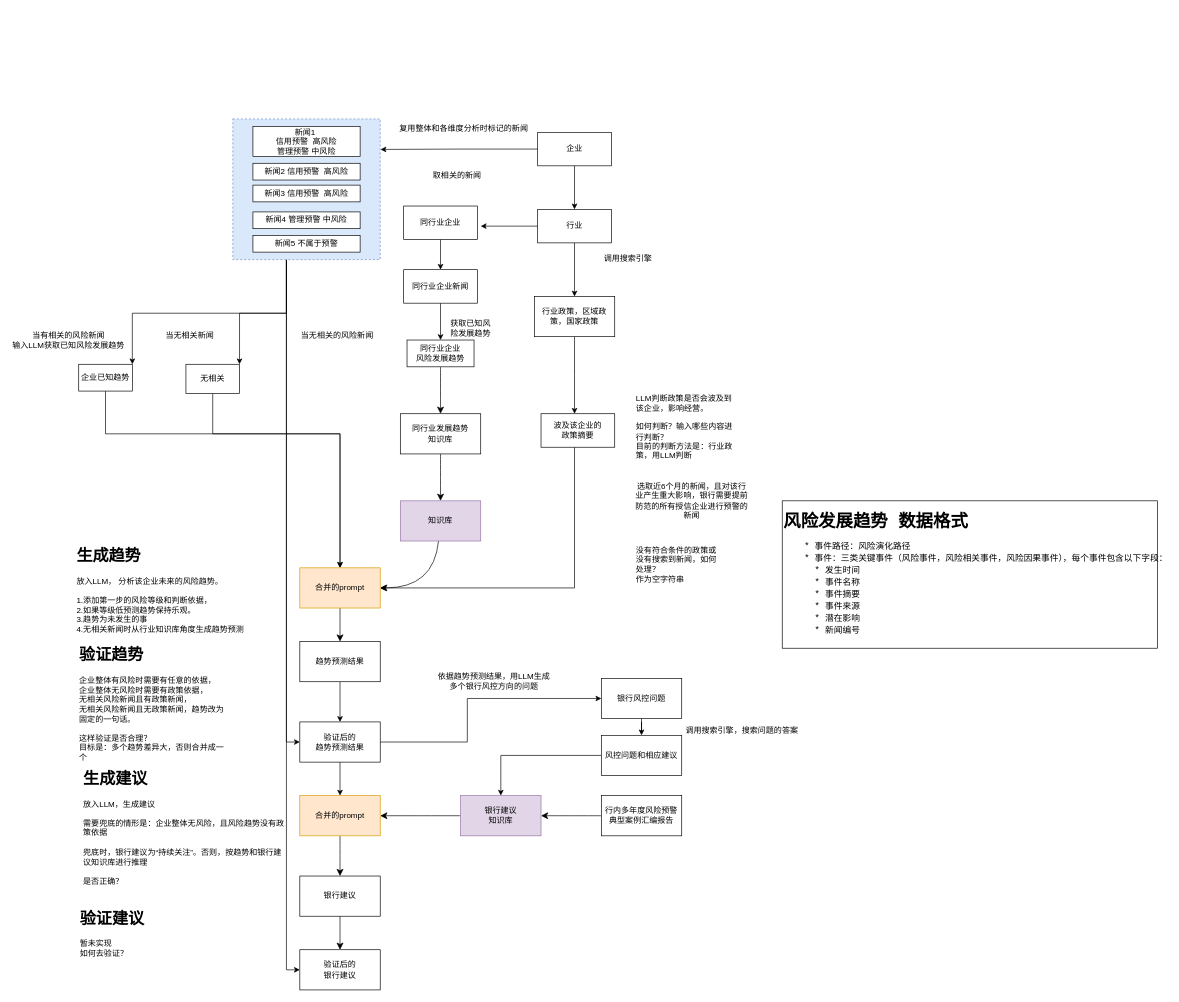
brothermaster/draw keeps this draw.io diagram as page "趋势预测" (1 of 2) of 舆情分析.drawio. Above is the earlier version. Source tidied: cells renumbered, new cells numbered last; positions are measured from the earlier drawing's top-left corner, leaving out a move shared by most shapes. Both pictures are drawn from the tidied source at 67%, with x=0, y=0 at pixel (11, 119).
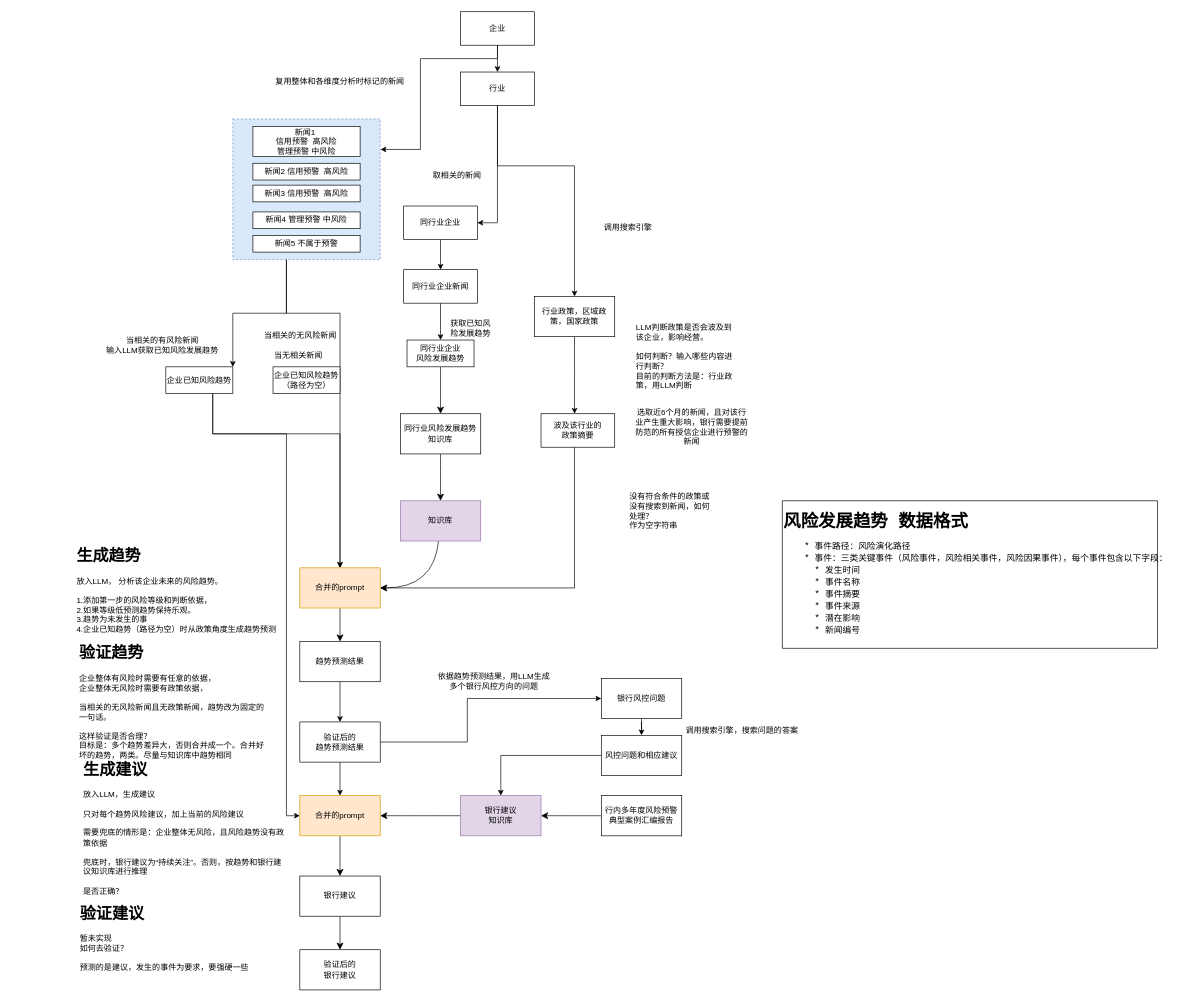
After the change.

The change refers to these unchanged cells:
```xml
<mxCell id="7" value="合并的prompt" style="rounded=0;whiteSpace=wrap;html=1;fillColor=#ffe6cc;strokeColor=#d79b00;" parent="1" vertex="1">
  <mxGeometry x="430" y="670" width="120" height="60" as="geometry" />
</mxCell>
<mxCell id="21" value="合并的prompt" style="rounded=0;whiteSpace=wrap;html=1;fillColor=#ffe6cc;strokeColor=#d79b00;" parent="1" vertex="1">
  <mxGeometry x="430" y="1010" width="120" height="60" as="geometry" />
</mxCell>
<mxCell id="26" value="行业政策，区域政策，国家政策" style="rounded=0;whiteSpace=wrap;html=1;" parent="1" vertex="1">
  <mxGeometry x="780" y="265" width="120" height="60" as="geometry" />
</mxCell>
<mxCell id="30" value="验证后的&lt;br&gt;银行建议" style="rounded=0;whiteSpace=wrap;html=1;" parent="1" vertex="1">
  <mxGeometry x="430" y="1240" width="120" height="60" as="geometry" />
</mxCell>
<mxCell id="37" style="rounded=0;whiteSpace=wrap;html=1;dashed=1;fillColor=#dae8fc;strokeColor=#6c8ebf;" parent="1" vertex="1">
  <mxGeometry x="330" width="220" height="210" as="geometry" />
</mxCell>
<mxCell id="51" value="同行业企业" style="html=1;whiteSpace=wrap;" parent="1" vertex="1">
  <mxGeometry x="585" y="130" width="110" height="50" as="geometry" />
</mxCell>
<mxCell id="54" value="验证后的&lt;br&gt;趋势预测结果" style="rounded=0;whiteSpace=wrap;html=1;" parent="1" vertex="1">
  <mxGeometry x="430" y="900" width="120" height="60" as="geometry" />
</mxCell>
```

What changed in the source:
```diff
@@
-    <mxCell id="5" value="同行业发展趋势&lt;br&gt;知识库" style="rounded=0;whiteSpace=wrap;html=1;" parent="1" vertex="1">
+    <mxCell id="5" value="同行业风险发展趋势&lt;br&gt;知识库" style="rounded=0;whiteSpace=wrap;html=1;" parent="1" vertex="1">
       <mxGeometry x="580" y="440" width="120" height="60" as="geometry" />
     </mxCell>
@@
-    <mxCell id="8" value="&lt;div style=&quot;&quot;&gt;&lt;h1&gt;&lt;span style=&quot;background-color: transparent; color: light-dark(rgb(0, 0, 0), rgb(255, 255, 255));&quot;&gt;生成趋势&lt;/span&gt;&lt;/h1&gt;&lt;span style=&quot;background-color: transparent; color: light-dark(rgb(0, 0, 0), rgb(255, 255, 255));&quot;&gt;放入LLM， 分析该企业未来的风险趋势。&lt;/span&gt;&lt;/div&gt;&lt;br&gt;&lt;div&gt;1.添加第一步的风险等级和判断依据，&lt;/div&gt;&lt;div&gt;2.如果等级低预测趋势保持乐观。&lt;/div&gt;&lt;div&gt;&lt;span style=&quot;background-color: transparent; color: light-dark(rgb(0, 0, 0), rgb(255, 255, 255));&quot;&gt;3.趋势为未发生的事&lt;/span&gt;&lt;/div&gt;&lt;div&gt;4.无相关新闻时&lt;span style=&quot;text-align: center;&quot;&gt;从行业知识库角度生成趋势预测&lt;/span&gt;&lt;br&gt;&lt;div&gt;&lt;span style=&quot;background-color: transparent; color: light-dark(rgb(0, 0, 0), rgb(255, 255, 255));&quot;&gt;&lt;br&gt;&lt;/span&gt;&lt;/div&gt;&lt;div&gt;&lt;br&gt;&lt;/div&gt;&lt;/div&gt;" style="text;html=1;align=left;verticalAlign=middle;whiteSpace=wrap;rounded=0;" parent="1" vertex="1">
+    <mxCell id="8" value="&lt;div style=&quot;&quot;&gt;&lt;h1&gt;&lt;span style=&quot;background-color: transparent; color: light-dark(rgb(0, 0, 0), rgb(255, 255, 255));&quot;&gt;生成趋势&lt;/span&gt;&lt;/h1&gt;&lt;span style=&quot;background-color: transparent; color: light-dark(rgb(0, 0, 0), rgb(255, 255, 255));&quot;&gt;放入LLM， 分析该企业未来的风险趋势。&lt;/span&gt;&lt;/div&gt;&lt;br&gt;&lt;div&gt;1.添加第一步的风险等级和判断依据，&lt;/div&gt;&lt;div&gt;2.如果等级低预测趋势保持乐观。&lt;/div&gt;&lt;div&gt;&lt;span style=&quot;background-color: transparent; color: light-dark(rgb(0, 0, 0), rgb(255, 255, 255));&quot;&gt;3.趋势为未发生的事&lt;/span&gt;&lt;/div&gt;&lt;div&gt;4.&lt;span style=&quot;text-align: center;&quot;&gt;企业已知趋势（路径为空）&lt;/span&gt;时&lt;span style=&quot;text-align: center;&quot;&gt;从政策角度生成趋势预测&lt;/span&gt;&lt;br&gt;&lt;div&gt;&lt;span style=&quot;background-color: transparent; color: light-dark(rgb(0, 0, 0), rgb(255, 255, 255));&quot;&gt;&lt;br&gt;&lt;/span&gt;&lt;/div&gt;&lt;div&gt;&lt;br&gt;&lt;/div&gt;&lt;/div&gt;" style="text;html=1;align=left;verticalAlign=middle;whiteSpace=wrap;rounded=0;" parent="1" vertex="1">
       <mxGeometry x="95" y="640" width="305" height="140" as="geometry" />
     </mxCell>
@@
     <mxCell id="11" style="edgeStyle=orthogonalEdgeStyle;rounded=0;jettySize=auto;html=1;" parent="1" edge="1" source="12" target="7">
       <mxGeometry relative="1" as="geometry">
         <Array as="points">
-          <mxPoint x="140" y="470" />
+          <mxPoint x="300" y="470" />
           <mxPoint x="490" y="470" />
         </Array>
       </mxGeometry>
     </mxCell>
+    <mxCell id="74" style="edgeStyle=orthogonalEdgeStyle;rounded=0;jettySize=auto;html=1;entryX=0;entryY=0.5;entryDx=0;entryDy=0;" parent="1" edge="1" source="12" target="21">
+      <mxGeometry relative="1" as="geometry">
+        <Array as="points">
+          <mxPoint x="300" y="470" />
+          <mxPoint x="410" y="470" />
+          <mxPoint x="410" y="1040" />
+        </Array>
+      </mxGeometry>
+    </mxCell>
-    <mxCell id="12" value="企业已知趋势" style="rounded=0;whiteSpace=wrap;html=1;" parent="1" vertex="1">
-      <mxGeometry x="100" y="366.2" width="80" height="40" as="geometry" />
+    <mxCell id="12" value="企业已知风险趋势" style="rounded=0;whiteSpace=wrap;html=1;" parent="1" vertex="1">
+      <mxGeometry x="230" y="370" width="100" height="40" as="geometry" />
     </mxCell>
@@
-    <mxCell id="22" value="&lt;h1&gt;生成建议&lt;/h1&gt;&lt;div&gt;放入LLM，生成建议&lt;/div&gt;&lt;div&gt;&lt;br&gt;&lt;/div&gt;&lt;div&gt;需要兜底的情形是：企业整体无风险，且风险趋势没有政策依据&lt;/div&gt;&lt;div&gt;&lt;br&gt;&lt;div&gt;&lt;span style=&quot;background-color: transparent; color: light-dark(rgb(0, 0, 0), rgb(255, 255, 255));&quot;&gt;兜底时，银行&lt;/span&gt;&lt;span style=&quot;background-color: transparent; color: light-dark(rgb(0, 0, 0), rgb(255, 255, 255));&quot;&gt;建议为“持续关注”。否则&lt;/span&gt;，按趋势和银行建议知识库进行推理&lt;/div&gt;&lt;div&gt;&lt;br&gt;&lt;/div&gt;&lt;/div&gt;&lt;div&gt;是否正确？&lt;/div&gt;" style="text;html=1;align=left;verticalAlign=middle;whiteSpace=wrap;rounded=0;" parent="1" vertex="1">
+    <mxCell id="22" value="&lt;h1&gt;生成建议&lt;/h1&gt;&lt;div&gt;放入LLM，生成建议&lt;/div&gt;&lt;div&gt;&lt;br&gt;&lt;/div&gt;&lt;div&gt;只对每个趋势&lt;span style=&quot;background-color: transparent; color: light-dark(rgb(0, 0, 0), rgb(255, 255, 255));&quot;&gt;风险&lt;/span&gt;&lt;span style=&quot;background-color: transparent; color: light-dark(rgb(0, 0, 0), rgb(255, 255, 255));&quot;&gt;建议，加上当前的风险建议&lt;/span&gt;&lt;/div&gt;&lt;div&gt;&lt;br&gt;&lt;/div&gt;&lt;div&gt;需要兜底的情形是：企业整体无风险，且风险趋势没有政策依据&lt;/div&gt;&lt;div&gt;&lt;br&gt;&lt;div&gt;&lt;span style=&quot;background-color: transparent; color: light-dark(rgb(0, 0, 0), rgb(255, 255, 255));&quot;&gt;兜底时，银行&lt;/span&gt;&lt;span style=&quot;background-color: transparent; color: light-dark(rgb(0, 0, 0), rgb(255, 255, 255));&quot;&gt;建议为“持续关注”。否则&lt;/span&gt;，按趋势和银行建议知识库进行推理&lt;/div&gt;&lt;div&gt;&lt;br&gt;&lt;/div&gt;&lt;/div&gt;&lt;div&gt;是否正确？&lt;/div&gt;" style="text;html=1;align=left;verticalAlign=middle;whiteSpace=wrap;rounded=0;" parent="1" vertex="1">
       <mxGeometry x="105" y="1000" width="310" height="100" as="geometry" />
     </mxCell>
@@
-    <mxCell id="27" value="&lt;div style=&quot;&quot;&gt;&lt;h1 style=&quot;text-align: left;&quot;&gt;&lt;span style=&quot;background-color: transparent; color: light-dark(rgb(0, 0, 0), rgb(255, 255, 255));&quot;&gt;验证趋势&lt;/span&gt;&lt;/h1&gt;&lt;div style=&quot;text-align: left;&quot;&gt;&lt;span style=&quot;background-color: transparent; color: light-dark(rgb(0, 0, 0), rgb(255, 255, 255));&quot;&gt;企业整体有风险时需要有任意的依据，&lt;/span&gt;&lt;/div&gt;&lt;div style=&quot;text-align: left;&quot;&gt;&lt;span style=&quot;background-color: transparent; color: light-dark(rgb(0, 0, 0), rgb(255, 255, 255));&quot;&gt;企业整体无风险时需要有政策依据，&lt;/span&gt;&lt;/div&gt;&lt;div style=&quot;text-align: left;&quot;&gt;无相关风险新闻且有政策新闻，&lt;span style=&quot;background-color: transparent; color: light-dark(rgb(0, 0, 0), rgb(255, 255, 255));&quot;&gt;&lt;/span&gt;&lt;/div&gt;&lt;/div&gt;&lt;div style=&quot;text-align: left;&quot;&gt;无相关风险新闻且无政策新闻，趋势改为&lt;span style=&quot;background-color: transparent; color: light-dark(rgb(0, 0, 0), rgb(255, 255, 255));&quot;&gt;固定的一句话。&lt;/span&gt;&lt;/div&gt;&lt;div style=&quot;text-align: left;&quot;&gt;&lt;span style=&quot;background-color: transparent; color: light-dark(rgb(0, 0, 0), rgb(255, 255, 255));&quot;&gt;&lt;br&gt;&lt;/span&gt;&lt;/div&gt;&lt;div style=&quot;text-align: left;&quot;&gt;&lt;span style=&quot;background-color: transparent; color: light-dark(rgb(0, 0, 0), rgb(255, 255, 255));&quot;&gt;这样验证是否合理？&lt;/span&gt;&lt;/div&gt;&lt;div style=&quot;text-align: left;&quot;&gt;目标是：多个趋势差异大，否则合并成一个&lt;/div&gt;" style="text;html=1;align=center;verticalAlign=middle;whiteSpace=wrap;rounded=0;" parent="1" vertex="1">
-      <mxGeometry x="100" y="773.8" width="225" height="182.5" as="geometry" />
+    <mxCell id="27" value="&lt;div style=&quot;&quot;&gt;&lt;h1 style=&quot;text-align: left;&quot;&gt;&lt;span style=&quot;background-color: transparent; color: light-dark(rgb(0, 0, 0), rgb(255, 255, 255));&quot;&gt;验证趋势&lt;/span&gt;&lt;/h1&gt;&lt;div style=&quot;text-align: left;&quot;&gt;&lt;span style=&quot;background-color: transparent; color: light-dark(rgb(0, 0, 0), rgb(255, 255, 255));&quot;&gt;企业整体有风险时需要有任意的依据，&lt;/span&gt;&lt;/div&gt;&lt;div style=&quot;text-align: left;&quot;&gt;&lt;span style=&quot;background-color: transparent; color: light-dark(rgb(0, 0, 0), rgb(255, 255, 255));&quot;&gt;企业整体无风险时需要有政策依据，&lt;/span&gt;&lt;/div&gt;&lt;div style=&quot;text-align: left;&quot;&gt;&lt;br&gt;&lt;/div&gt;&lt;/div&gt;&lt;div style=&quot;text-align: left;&quot;&gt;&lt;span style=&quot;background-color: transparent; color: light-dark(rgb(0, 0, 0), rgb(255, 255, 255)); text-align: center;&quot;&gt;当相关的无风险&lt;/span&gt;&lt;span style=&quot;background-color: transparent; color: light-dark(rgb(0, 0, 0), rgb(255, 255, 255)); text-align: center;&quot;&gt;新闻&lt;/span&gt;且无政策新闻，趋势改为&lt;span style=&quot;background-color: transparent; color: light-dark(rgb(0, 0, 0), rgb(255, 255, 255));&quot;&gt;固定的一句话。&lt;/span&gt;&lt;/div&gt;&lt;div style=&quot;text-align: left;&quot;&gt;&lt;span style=&quot;background-color: transparent; color: light-dark(rgb(0, 0, 0), rgb(255, 255, 255));&quot;&gt;&lt;br&gt;&lt;/span&gt;&lt;/div&gt;&lt;div style=&quot;text-align: left;&quot;&gt;&lt;span style=&quot;background-color: transparent; color: light-dark(rgb(0, 0, 0), rgb(255, 255, 255));&quot;&gt;这样验证是否合理？&lt;/span&gt;&lt;/div&gt;&lt;div style=&quot;text-align: left;&quot;&gt;目标是：多个趋势差异大，否则合并成一个。合并好坏的趋势，两类。尽量与知识库中趋势相同&lt;/div&gt;" style="text;html=1;align=center;verticalAlign=middle;whiteSpace=wrap;rounded=0;" parent="1" vertex="1">
+      <mxGeometry x="100" y="773.8" width="280" height="176.2" as="geometry" />
     </mxCell>
@@
-    <mxCell id="31" value="&lt;h1&gt;&lt;span style=&quot;&quot;&gt;验证建议&lt;/span&gt;&lt;/h1&gt;暂未实现&lt;br&gt;&lt;div&gt;&lt;span style=&quot;&quot;&gt;如何去验证？&lt;br&gt;&lt;br&gt;&lt;/span&gt;&lt;/div&gt;" style="text;html=1;align=left;verticalAlign=middle;whiteSpace=wrap;rounded=0;" parent="1" vertex="1">
+    <mxCell id="31" value="&lt;h1&gt;&lt;span style=&quot;&quot;&gt;验证建议&lt;/span&gt;&lt;/h1&gt;暂未实现&lt;br&gt;&lt;div&gt;&lt;span style=&quot;&quot;&gt;如何去验证？&lt;br&gt;&lt;br&gt;&lt;/span&gt;&lt;/div&gt;&lt;div&gt;预测的是建议，发生的事件为要求，要强硬一些&lt;/div&gt;" style="text;html=1;align=left;verticalAlign=middle;whiteSpace=wrap;rounded=0;" parent="1" vertex="1">
       <mxGeometry x="100" y="1170" width="275" height="90" as="geometry" />
     </mxCell>
     <mxCell id="32" value="LLM判断政策是否会波及到该企业，影响经营。&lt;br&gt;&lt;div&gt;&lt;br&gt;&lt;/div&gt;&lt;div&gt;如何判断？输入哪些内容进行判断？&lt;/div&gt;&lt;div&gt;目前的判断方法是：行业政策，用LLM判断&lt;/div&gt;" style="text;html=1;align=left;verticalAlign=middle;whiteSpace=wrap;rounded=0;" parent="1" vertex="1">
-      <mxGeometry x="930" y="420" width="150" height="80" as="geometry" />
+      <mxGeometry x="930" y="315" width="150" height="80" as="geometry" />
     </mxCell>
-    <mxCell id="33" style="edgeStyle=orthogonalEdgeStyle;rounded=0;jettySize=auto;html=1;entryX=1;entryY=0;entryDx=0;entryDy=0;" parent="1" edge="1" source="37" target="56">
-      <mxGeometry relative="1" as="geometry">
-        <Array as="points">
-          <mxPoint x="410" y="290" />
-          <mxPoint x="340" y="290" />
-        </Array>
-      </mxGeometry>
-    </mxCell>
     <mxCell id="34" style="edgeStyle=orthogonalEdgeStyle;rounded=0;jettySize=auto;html=1;entryX=1;entryY=0;entryDx=0;entryDy=0;" parent="1" edge="1" source="37" target="12">
       <mxGeometry relative="1" as="geometry">
         <Array as="points">
           <mxPoint x="410" y="290" />
-          <mxPoint x="180" y="290" />
+          <mxPoint x="330" y="290" />
         </Array>
       </mxGeometry>
     </mxCell>
-    <mxCell id="35" style="edgeStyle=orthogonalEdgeStyle;rounded=0;jettySize=auto;html=1;entryX=0;entryY=0.5;entryDx=0;entryDy=0;" parent="1" edge="1" source="37" target="54">
-      <mxGeometry relative="1" as="geometry">
-        <Array as="points">
-          <mxPoint x="410" y="930" />
-        </Array>
-      </mxGeometry>
-    </mxCell>
-    <mxCell id="36" style="edgeStyle=orthogonalEdgeStyle;rounded=0;jettySize=auto;html=1;entryX=0;entryY=0.5;entryDx=0;entryDy=0;" parent="1" edge="1" source="37" target="30">
-      <mxGeometry relative="1" as="geometry">
-        <Array as="points">
-          <mxPoint x="410" y="1270" />
-        </Array>
-      </mxGeometry>
-    </mxCell>
@@
     <mxCell id="43" style="edgeStyle=orthogonalEdgeStyle;rounded=0;jettySize=auto;html=1;entryX=0.5;entryY=0;entryDx=0;entryDy=0;" parent="1" edge="1" source="45" target="26">
-      <mxGeometry relative="1" as="geometry" />
+      <mxGeometry relative="1" as="geometry">
+        <Array as="points">
+          <mxPoint x="725" y="70" />
+          <mxPoint x="840" y="70" />
+        </Array>
+      </mxGeometry>
     </mxCell>
-    <mxCell id="44" style="edgeStyle=orthogonalEdgeStyle;rounded=0;jettySize=auto;html=1;" parent="1" edge="1" source="45">
-      <mxGeometry relative="1" as="geometry">
-        <mxPoint x="700" y="160" as="targetPoint" />
-      </mxGeometry>
+    <mxCell id="44" style="edgeStyle=orthogonalEdgeStyle;rounded=0;jettySize=auto;html=1;entryX=1;entryY=0.5;entryDx=0;entryDy=0;" parent="1" edge="1" source="45" target="51">
+      <mxGeometry relative="1" as="geometry" />
     </mxCell>
     <mxCell id="45" value="行业" style="html=1;whiteSpace=wrap;" parent="1" vertex="1">
-      <mxGeometry x="785" y="135" width="110" height="50" as="geometry" />
+      <mxGeometry x="670" y="-70" width="110" height="50" as="geometry" />
     </mxCell>
@@
     <mxCell id="47" value="企业" style="html=1;whiteSpace=wrap;" parent="1" vertex="1">
-      <mxGeometry x="785" y="20" width="110" height="50" as="geometry" />
+      <mxGeometry x="670" y="-160" width="110" height="50" as="geometry" />
     </mxCell>
     <mxCell id="48" value="&lt;span&gt;&lt;font&gt;&lt;font style=&quot;color: rgb(0, 0, 0);&quot;&gt;调用搜索引擎&lt;/font&gt;&lt;/font&gt;&lt;/span&gt;" style="text;html=1;align=center;verticalAlign=middle;whiteSpace=wrap;rounded=0;" parent="1" vertex="1">
-      <mxGeometry x="860" y="198.8" width="120" height="21.2" as="geometry" />
+      <mxGeometry x="860" y="152.5" width="120" height="21.2" as="geometry" />
     </mxCell>
     <mxCell id="49" value="复用整体和各维度分析时标记的新闻" style="text;html=1;align=center;verticalAlign=middle;whiteSpace=wrap;rounded=0;" parent="1" vertex="1">
-      <mxGeometry x="570" width="210" height="27.5" as="geometry" />
+      <mxGeometry x="385" y="-70" width="210" height="27.5" as="geometry" />
     </mxCell>
@@
-    <mxCell id="55" style="edgeStyle=orthogonalEdgeStyle;rounded=0;jettySize=auto;html=1;entryX=0.5;entryY=0;entryDx=0;entryDy=0;" parent="1" edge="1" source="56" target="7">
-      <mxGeometry relative="1" as="geometry">
-        <Array as="points">
-          <mxPoint x="300" y="470" />
-          <mxPoint x="490" y="470" />
-        </Array>
-      </mxGeometry>
-    </mxCell>
-    <mxCell id="56" value="无相关" style="html=1;whiteSpace=wrap;" parent="1" vertex="1">
-      <mxGeometry x="260" y="366.2" width="80" height="43.8" as="geometry" />
-    </mxCell>
     <mxCell id="57" value="&lt;span style=&quot;text-align: center;&quot;&gt;当无&lt;/span&gt;&lt;span style=&quot;color: light-dark(rgb(0, 0, 0), rgb(255, 255, 255)); background-color: transparent; text-align: center;&quot;&gt;相关&lt;/span&gt;&lt;span style=&quot;color: light-dark(rgb(0, 0, 0), rgb(255, 255, 255)); background-color: transparent; text-align: center;&quot;&gt;新闻&lt;br&gt;&lt;br&gt;&lt;/span&gt;" style="text;whiteSpace=wrap;html=1;" parent="1" vertex="1">
-      <mxGeometry x="227.5" y="310" width="102.5" height="40" as="geometry" />
+      <mxGeometry x="390" y="340" width="80" height="30" as="geometry" />
     </mxCell>
-    <mxCell id="58" value="&lt;span style=&quot;forced-color-adjust: none; color: light-dark(rgb(0, 0, 0), rgb(255, 255, 255)); font-family: Helvetica; font-size: 12px; font-style: normal; font-variant-ligatures: normal; font-variant-caps: normal; font-weight: 400; letter-spacing: normal; orphans: 2; text-indent: 0px; text-transform: none; widows: 2; word-spacing: 0px; -webkit-text-stroke-width: 0px; white-space: normal; background-color: transparent; text-decoration-thickness: initial; text-decoration-style: initial; text-decoration-color: initial; text-align: center;&quot;&gt;当无相关的风险&lt;/span&gt;&lt;span style=&quot;forced-color-adjust: none; color: light-dark(rgb(0, 0, 0), rgb(255, 255, 255)); font-family: Helvetica; font-size: 12px; font-style: normal; font-variant-ligatures: normal; font-variant-caps: normal; font-weight: 400; letter-spacing: normal; orphans: 2; text-indent: 0px; text-transform: none; widows: 2; word-spacing: 0px; -webkit-text-stroke-width: 0px; white-space: normal; background-color: transparent; text-decoration-thickness: initial; text-decoration-style: initial; text-decoration-color: initial; text-align: center;&quot;&gt;新闻&lt;/span&gt;" style="text;whiteSpace=wrap;html=1;" parent="1" vertex="1">
-      <mxGeometry x="430" y="310" width="120" height="30" as="geometry" />
+    <mxCell id="58" value="&lt;span style=&quot;forced-color-adjust: none; color: light-dark(rgb(0, 0, 0), rgb(255, 255, 255)); font-family: Helvetica; font-size: 12px; font-style: normal; font-variant-ligatures: normal; font-variant-caps: normal; font-weight: 400; letter-spacing: normal; orphans: 2; text-indent: 0px; text-transform: none; widows: 2; word-spacing: 0px; -webkit-text-stroke-width: 0px; white-space: normal; background-color: transparent; text-decoration-thickness: initial; text-decoration-style: initial; text-decoration-color: initial; text-align: center;&quot;&gt;当相关的无风险&lt;/span&gt;&lt;span style=&quot;forced-color-adjust: none; color: light-dark(rgb(0, 0, 0), rgb(255, 255, 255)); font-family: Helvetica; font-size: 12px; font-style: normal; font-variant-ligatures: normal; font-variant-caps: normal; font-weight: 400; letter-spacing: normal; orphans: 2; text-indent: 0px; text-transform: none; widows: 2; word-spacing: 0px; -webkit-text-stroke-width: 0px; white-space: normal; background-color: transparent; text-decoration-thickness: initial; text-decoration-style: initial; text-decoration-color: initial; text-align: center;&quot;&gt;新闻&lt;/span&gt;" style="text;whiteSpace=wrap;html=1;" parent="1" vertex="1">
+      <mxGeometry x="375" y="310" width="120" height="30" as="geometry" />
     </mxCell>
@@
     <mxCell id="64" style="edgeStyle=orthogonalEdgeStyle;rounded=0;jettySize=auto;html=1;entryX=1.002;entryY=0.217;entryDx=0;entryDy=0;entryPerimeter=0;" parent="1" edge="1" source="47" target="37">
-      <mxGeometry relative="1" as="geometry" />
+      <mxGeometry relative="1" as="geometry">
+        <Array as="points">
+          <mxPoint x="725" y="-90" />
+          <mxPoint x="610" y="-90" />
+          <mxPoint x="610" y="46" />
+        </Array>
+      </mxGeometry>
     </mxCell>
-    <mxCell id="65" value="当有相关的风险新闻&lt;br&gt;输入LLM获取已知风险发展趋势" style="text;html=1;align=center;verticalAlign=middle;whiteSpace=wrap;rounded=0;" parent="1" vertex="1">
-      <mxGeometry y="318.1" width="170" height="26.2" as="geometry" />
+    <mxCell id="65" value="当相关的有风险新闻&lt;br&gt;输入LLM获取已知风险发展趋势" style="text;html=1;align=center;verticalAlign=middle;whiteSpace=wrap;rounded=0;" parent="1" vertex="1">
+      <mxGeometry x="140" y="325" width="170" height="26.2" as="geometry" />
     </mxCell>
@@
-    <mxCell id="70" value="波及该企业的&lt;br&gt;政策摘要" style="html=1;whiteSpace=wrap;" parent="1" vertex="1">
+    <mxCell id="70" value="波及该行业的&lt;br&gt;政策摘要" style="html=1;whiteSpace=wrap;" parent="1" vertex="1">
       <mxGeometry x="790" y="440" width="110" height="50" as="geometry" />
     </mxCell>
@@
     <mxCell id="72" value="没有符合条件的政策或没有搜索到新闻，如何处理？&lt;div&gt;作为空字符串&lt;/div&gt;" style="text;html=1;align=left;verticalAlign=middle;whiteSpace=wrap;rounded=0;" parent="1" vertex="1">
-      <mxGeometry x="930" y="650" width="130" height="30" as="geometry" />
+      <mxGeometry x="920" y="570" width="130" height="30" as="geometry" />
     </mxCell>
     <mxCell id="73" value="选取近6个月的新闻，且对该行业产生重大影响，银行需要提前防范的所有授信企业进行预警的新闻" style="text;html=1;align=center;verticalAlign=middle;whiteSpace=wrap;rounded=0;" parent="1" vertex="1">
-      <mxGeometry x="930" y="550" width="170" height="40" as="geometry" />
+      <mxGeometry x="930" y="440" width="170" height="40" as="geometry" />
     </mxCell>
+    <mxCell id="75" style="endArrow=classic;html=1;rounded=0;entryX=0.5;entryY=0;entryDx=0;entryDy=0;" parent="1" edge="1" target="7">
+      <mxGeometry relative="1" as="geometry">
+        <mxPoint x="410" y="210" as="sourcePoint" />
+        <Array as="points">
+          <mxPoint x="410" y="290" />
+          <mxPoint x="490" y="290" />
+          <mxPoint x="490" y="420" />
+        </Array>
+      </mxGeometry>
+    </mxCell>
+    <mxCell id="76" value="企业已知风险趋势（路径为空）" style="rounded=0;whiteSpace=wrap;html=1;" parent="1" vertex="1">
+      <mxGeometry x="390" y="370" width="100" height="40" as="geometry" />
+    </mxCell>
```
